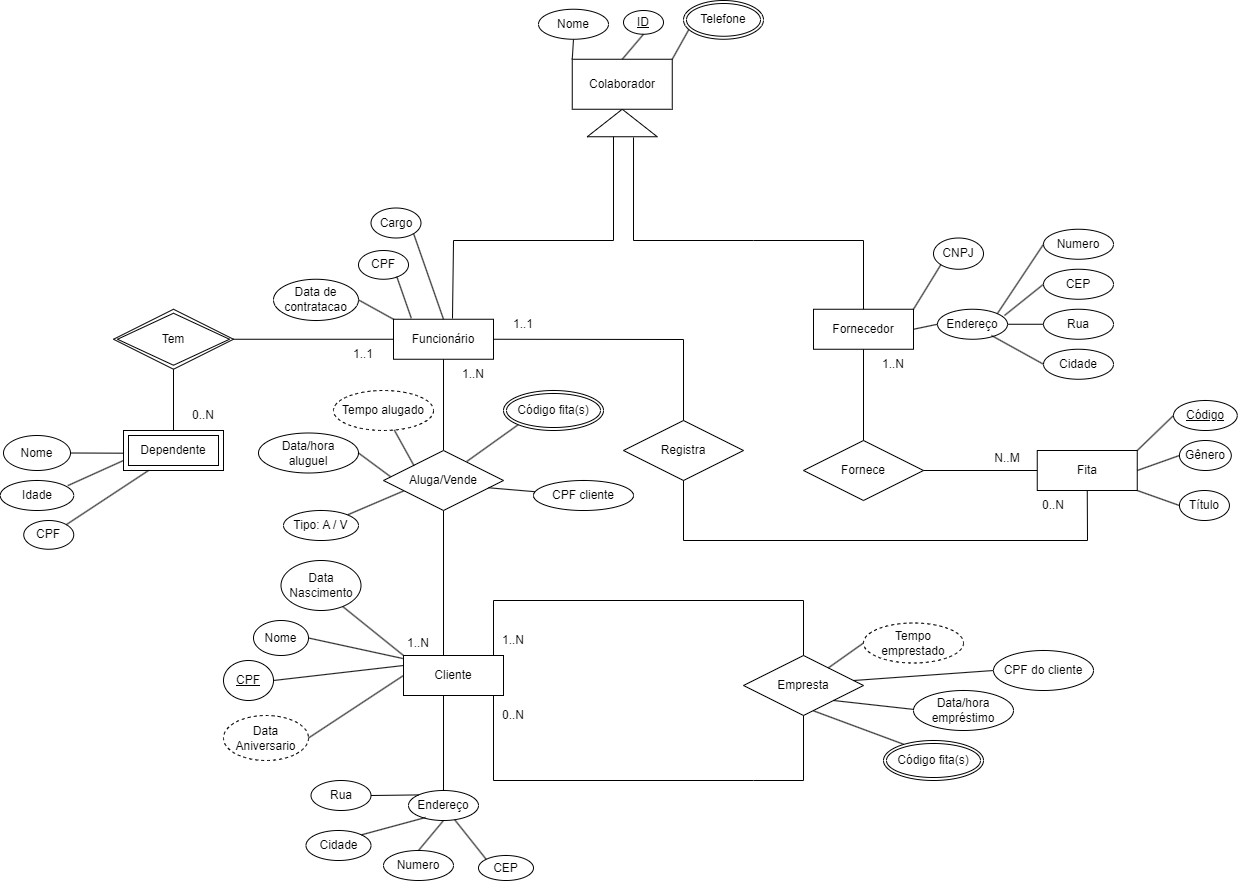
ivanalves-t/DataBaseMER keeps this draw.io diagram as Database Diagram.drawio.png. Above is the earlier version. Source tidied: cells renumbered, new cells last; positions are measured from the earlier drawing's top-left corner, leaving out a move shared by most shapes.
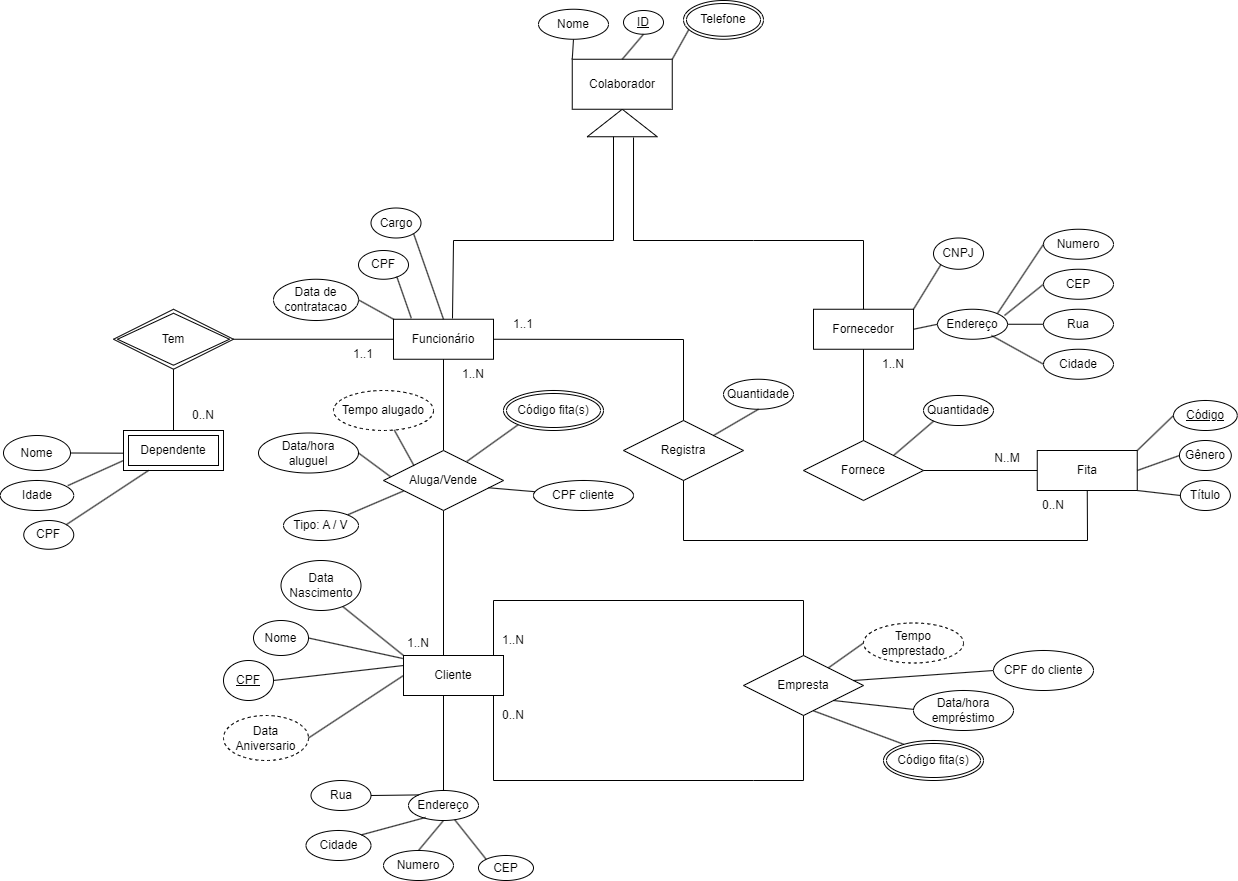
Above is the later version.

Diff of the diagram source:
```diff
@@ -36,7 +36,7 @@
       <mxGeometry x="1178.9" y="440" width="51.9" height="30" as="geometry" />
     </mxCell>
     <mxCell id="11" value="Título" style="ellipse;whiteSpace=wrap;html=1;align=center;" parent="1" vertex="1">
-      <mxGeometry x="1178.9" y="490" width="50" height="30" as="geometry" />
+      <mxGeometry x="1179.9" y="480" width="50" height="30" as="geometry" />
     </mxCell>
     <mxCell id="12" style="endArrow=none;html=1;rounded=0;entryX=1;entryY=0;entryDx=0;entryDy=0;exitX=0;exitY=0.5;exitDx=0;exitDy=0;" parent="1" edge="1" source="9" target="8">
       <mxGeometry relative="1" as="geometry" />
@@ -356,5 +356,17 @@
     <mxCell id="107" value="1..N" style="text;html=1;align=center;verticalAlign=middle;whiteSpace=wrap;rounded=0;" parent="1" vertex="1">
       <mxGeometry x="483" y="625" width="60" height="30" as="geometry" />
     </mxCell>
+    <mxCell id="108" value="Quantidade" style="ellipse;whiteSpace=wrap;html=1;align=center;" parent="1" vertex="1">
+      <mxGeometry x="923" y="395" width="70" height="30" as="geometry" />
+    </mxCell>
+    <mxCell id="109" value="Quantidade" style="ellipse;whiteSpace=wrap;html=1;align=center;" parent="1" vertex="1">
+      <mxGeometry x="723" y="378.8" width="70" height="30" as="geometry" />
+    </mxCell>
+    <mxCell id="110" style="endArrow=none;html=1;rounded=0;exitX=1;exitY=0;exitDx=0;exitDy=0;entryX=0;entryY=1;entryDx=0;entryDy=0;" parent="1" edge="1" source="53" target="108">
+      <mxGeometry relative="1" as="geometry" />
+    </mxCell>
+    <mxCell id="111" style="endArrow=none;html=1;rounded=0;exitX=1;exitY=0;exitDx=0;exitDy=0;entryX=0.5;entryY=1;entryDx=0;entryDy=0;" parent="1" edge="1" source="56" target="109">
+      <mxGeometry relative="1" as="geometry" />
+    </mxCell>
   </root>
 </mxGraphModel>
```
